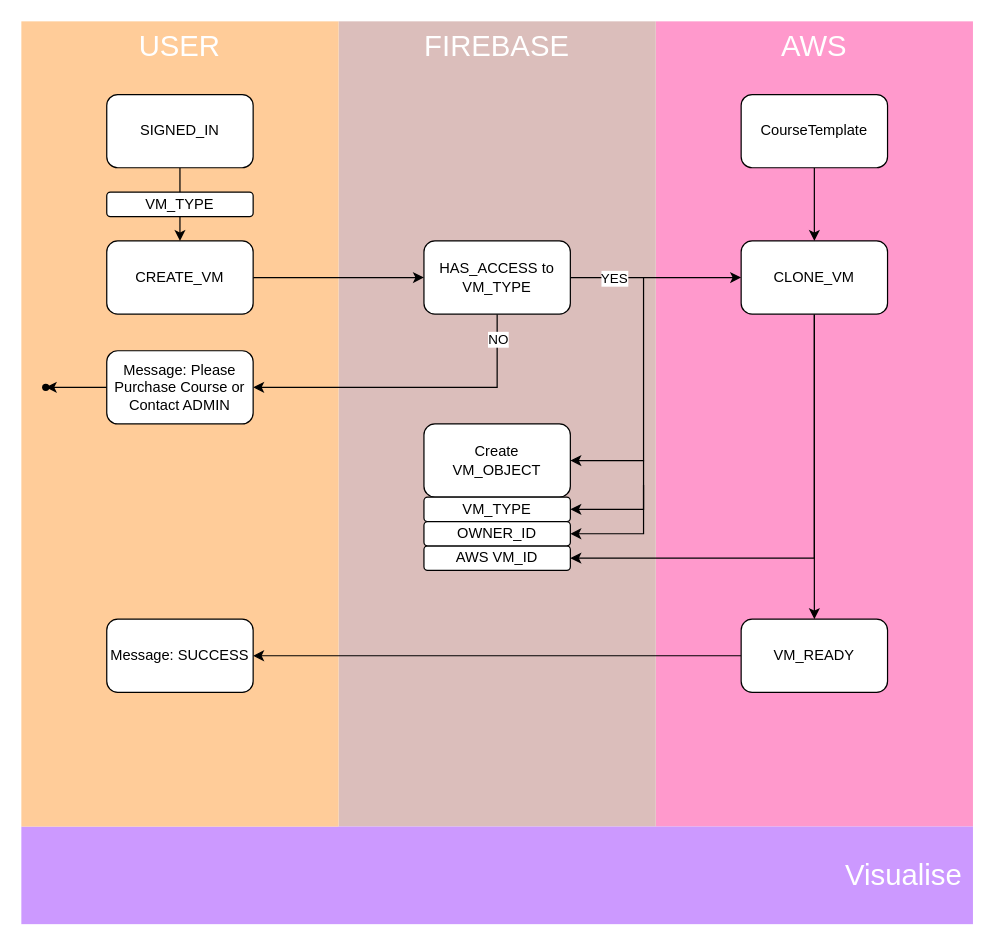
This is page "CREATE_VM" (2 of 4) of Diagrams/Untitled Diagram.drawio from AM1010101/lidar_integrators_course, a draw.io file, before an edit. Source tidied: cells renumbered, new cells numbered last; positions are measured from the earlier drawing's top-left corner, leaving out a move shared by most shapes. Both pictures are drawn from the tidied source at 122%, with x=0, y=0 at pixel (21, 21).
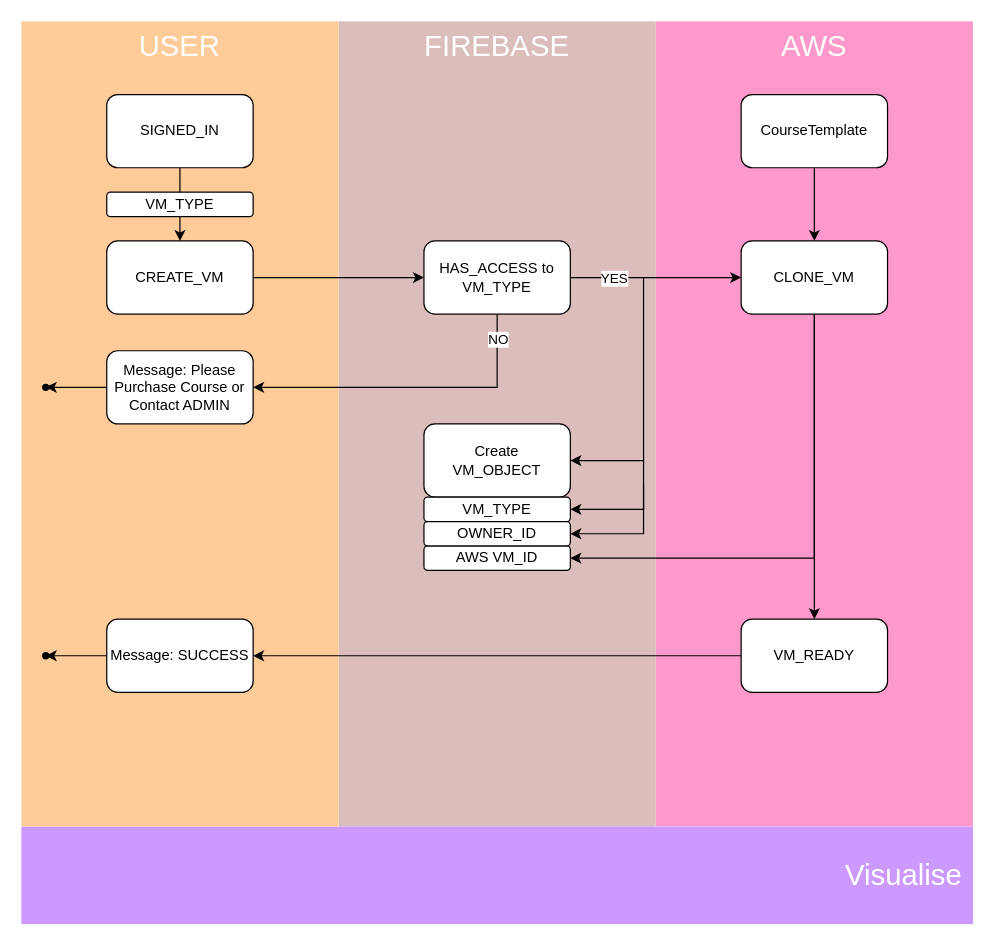
After the change.

Unchanged cells that the change refers to:
```xml
<mxCell id="33" value="Message: SUCCESS" style="rounded=1;whiteSpace=wrap;html=1;" parent="1" vertex="1">
  <mxGeometry x="70" y="490" width="120" height="60" as="geometry" />
</mxCell>
```

The edit, as a diff of the source:
```diff
@@
+    <mxCell id="34" style="edgeStyle=orthogonalEdgeStyle;rounded=0;jettySize=auto;html=1;" parent="1" edge="1" source="33" target="35">
+      <mxGeometry relative="1" as="geometry" />
+    </mxCell>
@@
+    <mxCell id="35" style="shape=waypoint;sketch=0;size=6;points=[];fillColor=default;perimeter=centerPerimeter;snapToPoint=1;rounded=1;" parent="1" vertex="1">
+      <mxGeometry y="500" width="40" height="40" as="geometry" />
+    </mxCell>
```
